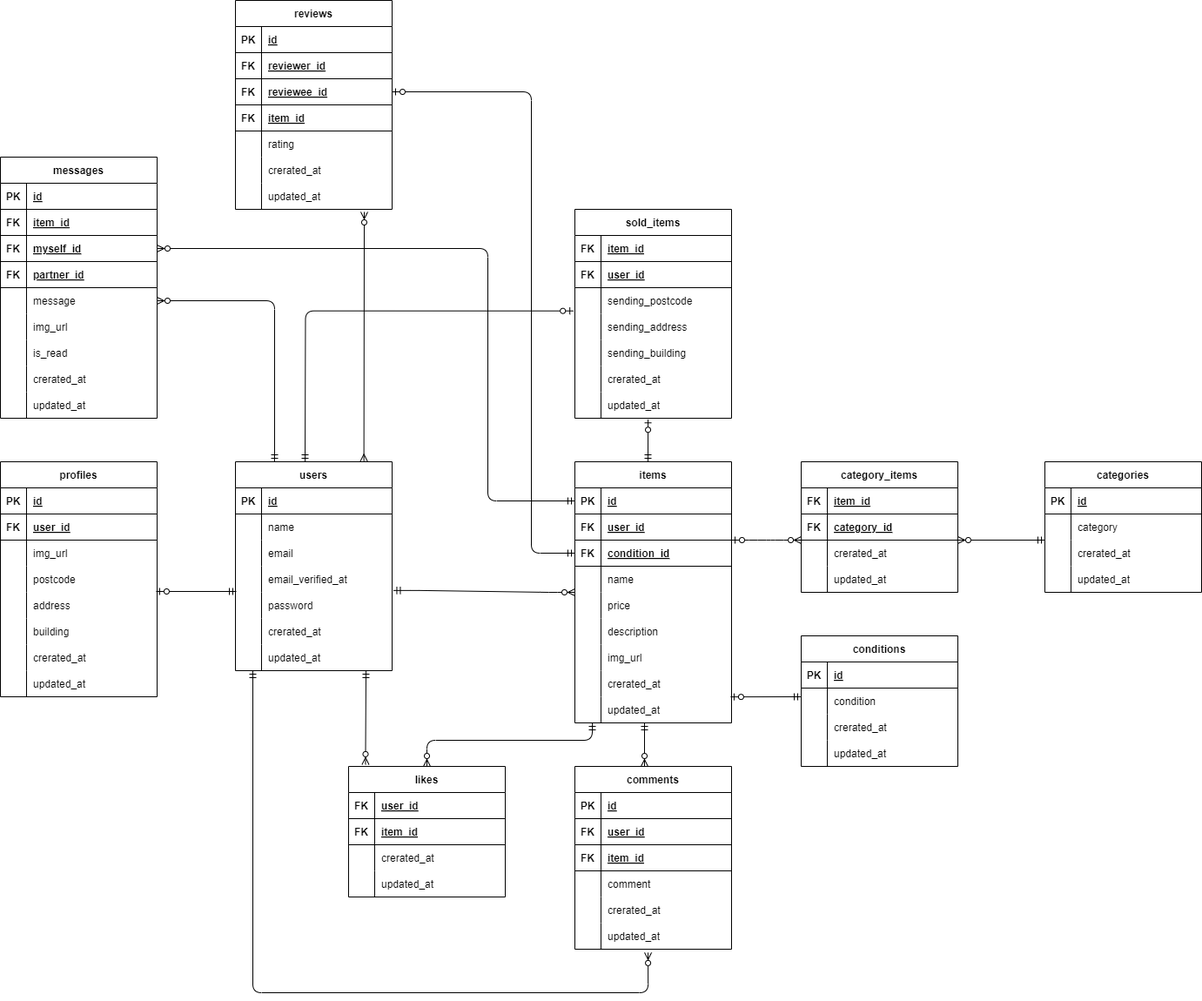
Earlier version of the draw.io export er.drawio.png (kttmm717/mock-case1-answer). Source tidied: cells renumbered, new cells last; positions are measured from the earlier drawing's top-left corner, leaving out a move shared by most shapes.
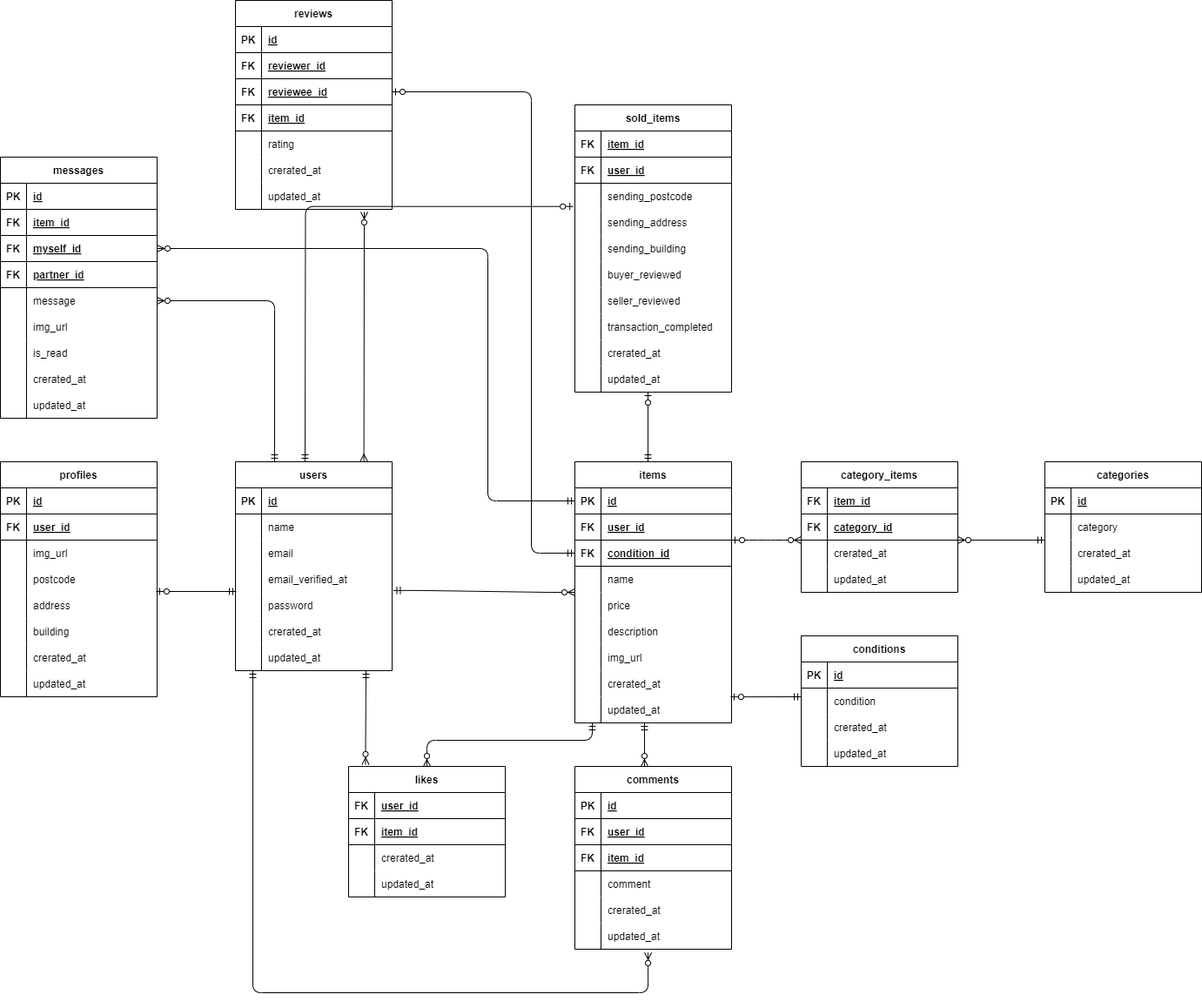
Later version of the same file.

Commit message:
Update ER diagram to include new column(s)

Change to the diagram source:
```diff
@@ -441,7 +441,7 @@
       <mxGeometry x="30" width="150" height="30" as="geometry" />
     </mxCell>
     <mxCell id="148" value="sold_items" style="shape=table;startSize=30;rowLines=0;fontStyle=1;align=center;" parent="1" vertex="1">
-      <mxGeometry x="660" y="240" width="180" height="240" as="geometry" />
+      <mxGeometry x="660" y="120" width="180" height="330" as="geometry" />
     </mxCell>
     <mxCell id="149" style="shape=tableRow;horizontal=0;startSize=0;swimlaneHead=0;swimlaneBody=0;fillColor=none;top=0;left=0;right=0;bottom=1;" parent="148" vertex="1">
       <mxGeometry y="30" width="180" height="30" as="geometry" />
@@ -494,7 +494,7 @@
     <mxCell id="165" style="shape=partialRectangle;fillColor=none;top=0;left=0;bottom=0;right=0;overflow=hidden;" parent="164" vertex="1">
       <mxGeometry width="30" height="30" as="geometry" />
     </mxCell>
-    <mxCell id="166" value="crerated_at" style="shape=partialRectangle;fillColor=none;top=0;left=0;bottom=0;right=0;align=left;spacingLeft=6;overflow=hidden;" parent="164" vertex="1">
+    <mxCell id="166" value="buyer_reviewed" style="shape=partialRectangle;fillColor=none;top=0;left=0;bottom=0;right=0;align=left;spacingLeft=6;overflow=hidden;" parent="164" vertex="1">
       <mxGeometry x="30" width="150" height="30" as="geometry" />
     </mxCell>
     <mxCell id="167" style="shape=tableRow;horizontal=0;startSize=0;swimlaneHead=0;swimlaneBody=0;fillColor=none;points=[[0,0.5],[1,0.5]];portConstraint=eastwest;top=0;left=0;right=0;bottom=0;" parent="148" vertex="1">
@@ -503,9 +503,36 @@
     <mxCell id="168" style="shape=partialRectangle;fillColor=none;top=0;left=0;bottom=0;right=0;overflow=hidden;" parent="167" vertex="1">
       <mxGeometry width="30" height="30" as="geometry" />
     </mxCell>
-    <mxCell id="169" value="updated_at" style="shape=partialRectangle;fillColor=none;top=0;left=0;bottom=0;right=0;align=left;spacingLeft=6;overflow=hidden;" parent="167" vertex="1">
+    <mxCell id="169" value="seller_reviewed" style="shape=partialRectangle;fillColor=none;top=0;left=0;bottom=0;right=0;align=left;spacingLeft=6;overflow=hidden;" parent="167" vertex="1">
       <mxGeometry x="30" width="150" height="30" as="geometry" />
     </mxCell>
+    <mxCell id="235" style="shape=tableRow;horizontal=0;startSize=0;swimlaneHead=0;swimlaneBody=0;fillColor=none;top=0;left=0;right=0;bottom=0;" parent="148" vertex="1">
+      <mxGeometry y="240" width="180" height="30" as="geometry" />
+    </mxCell>
+    <mxCell id="236" style="shape=partialRectangle;fillColor=none;top=0;left=0;bottom=0;right=0;overflow=hidden;" parent="235" vertex="1">
+      <mxGeometry width="30" height="30" as="geometry" />
+    </mxCell>
+    <mxCell id="237" value="transaction_completed" style="shape=partialRectangle;fillColor=none;top=0;left=0;bottom=0;right=0;align=left;spacingLeft=6;overflow=hidden;" parent="235" vertex="1">
+      <mxGeometry x="30" width="150" height="30" as="geometry" />
+    </mxCell>
+    <mxCell id="238" style="shape=tableRow;horizontal=0;startSize=0;swimlaneHead=0;swimlaneBody=0;fillColor=none;top=0;left=0;right=0;bottom=0;" parent="148" vertex="1">
+      <mxGeometry y="270" width="180" height="30" as="geometry" />
+    </mxCell>
+    <mxCell id="239" style="shape=partialRectangle;fillColor=none;top=0;left=0;bottom=0;right=0;overflow=hidden;" parent="238" vertex="1">
+      <mxGeometry width="30" height="30" as="geometry" />
+    </mxCell>
+    <mxCell id="240" value="crerated_at" style="shape=partialRectangle;fillColor=none;top=0;left=0;bottom=0;right=0;align=left;spacingLeft=6;overflow=hidden;" parent="238" vertex="1">
+      <mxGeometry x="30" width="150" height="30" as="geometry" />
+    </mxCell>
+    <mxCell id="241" style="shape=tableRow;horizontal=0;startSize=0;swimlaneHead=0;swimlaneBody=0;fillColor=none;top=0;left=0;right=0;bottom=0;" parent="148" vertex="1">
+      <mxGeometry y="300" width="180" height="30" as="geometry" />
+    </mxCell>
+    <mxCell id="242" style="shape=partialRectangle;fillColor=none;top=0;left=0;bottom=0;right=0;overflow=hidden;" parent="241" vertex="1">
+      <mxGeometry width="30" height="30" as="geometry" />
+    </mxCell>
+    <mxCell id="243" value="updated_at" style="shape=partialRectangle;fillColor=none;top=0;left=0;bottom=0;right=0;align=left;spacingLeft=6;overflow=hidden;" parent="241" vertex="1">
+      <mxGeometry x="30" width="150" height="30" as="geometry" />
+    </mxCell>
     <mxCell id="170" style="edgeStyle=entityRelationEdgeStyle;fontSize=12;html=1;endArrow=ERzeroToMany;startArrow=ERmandOne;entryX=0;entryY=0;entryDx=0;entryDy=0;entryPerimeter=0;exitX=1.008;exitY=0.929;exitDx=0;exitDy=0;exitPerimeter=0;" parent="1" edge="1" source="12" target="37">
       <mxGeometry relative="1" as="geometry" />
     </mxCell>
@@ -514,9 +541,10 @@
         <mxPoint x="271" y="679" as="sourcePoint" />
       </mxGeometry>
     </mxCell>
-    <mxCell id="172" style="fontSize=12;html=1;endArrow=ERzeroToOne;startArrow=ERmandOne;entryX=0.467;entryY=1.043;entryDx=0;entryDy=0;entryPerimeter=0;" parent="1" edge="1" target="167">
+    <mxCell id="172" style="fontSize=12;html=1;endArrow=ERzeroToOne;startArrow=ERmandOne;" parent="1" edge="1">
       <mxGeometry relative="1" as="geometry">
         <mxPoint x="744" y="530" as="sourcePoint" />
+        <mxPoint x="744" y="450" as="targetPoint" />
       </mxGeometry>
     </mxCell>
     <mxCell id="173" style="fontSize=12;html=1;endArrow=ERzeroToMany;startArrow=ERmandOne;" parent="1" edge="1">
```
